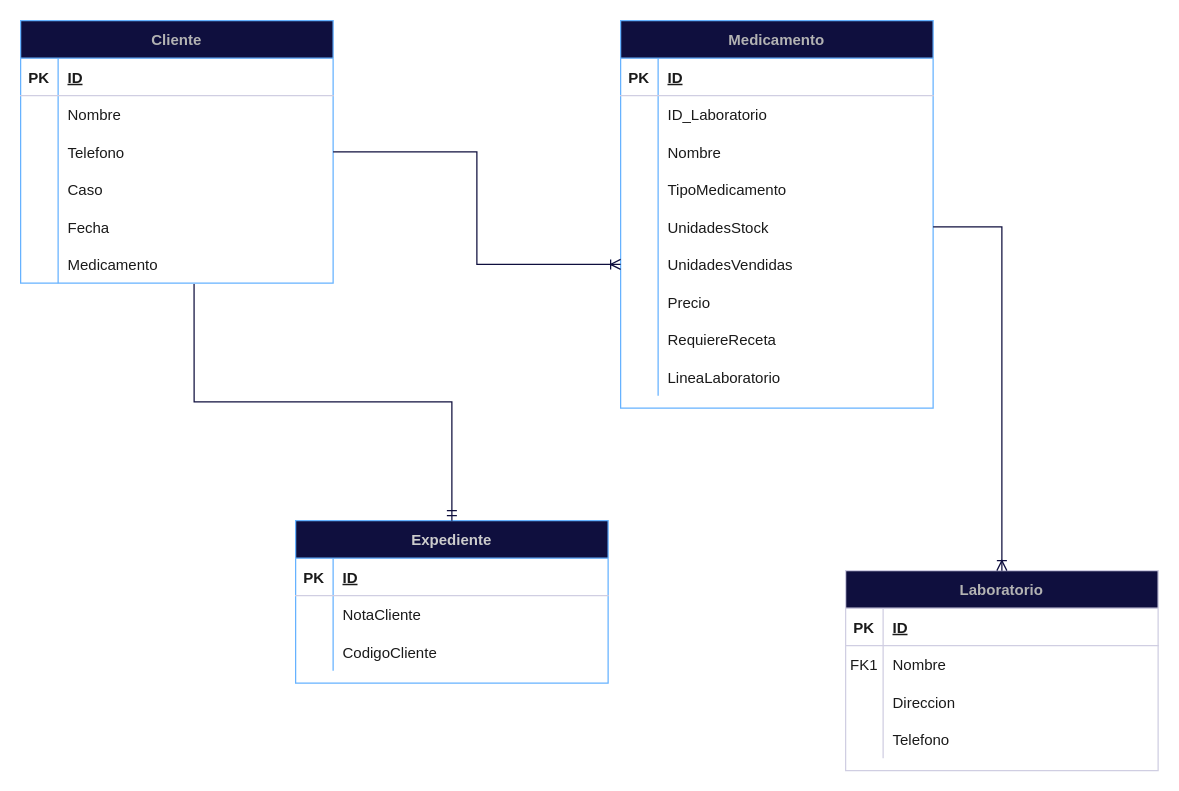
Ash-code12/Diagramas keeps this draw.io diagram as modelo r5.drawio. Above is the earlier version. Source tidied: cells renumbered, new cells numbered last; positions are measured from the earlier drawing's top-left corner, leaving out a move shared by most shapes. Both pictures are drawn from the tidied source at 125%, with x=0, y=0 at pixel (20, 20).
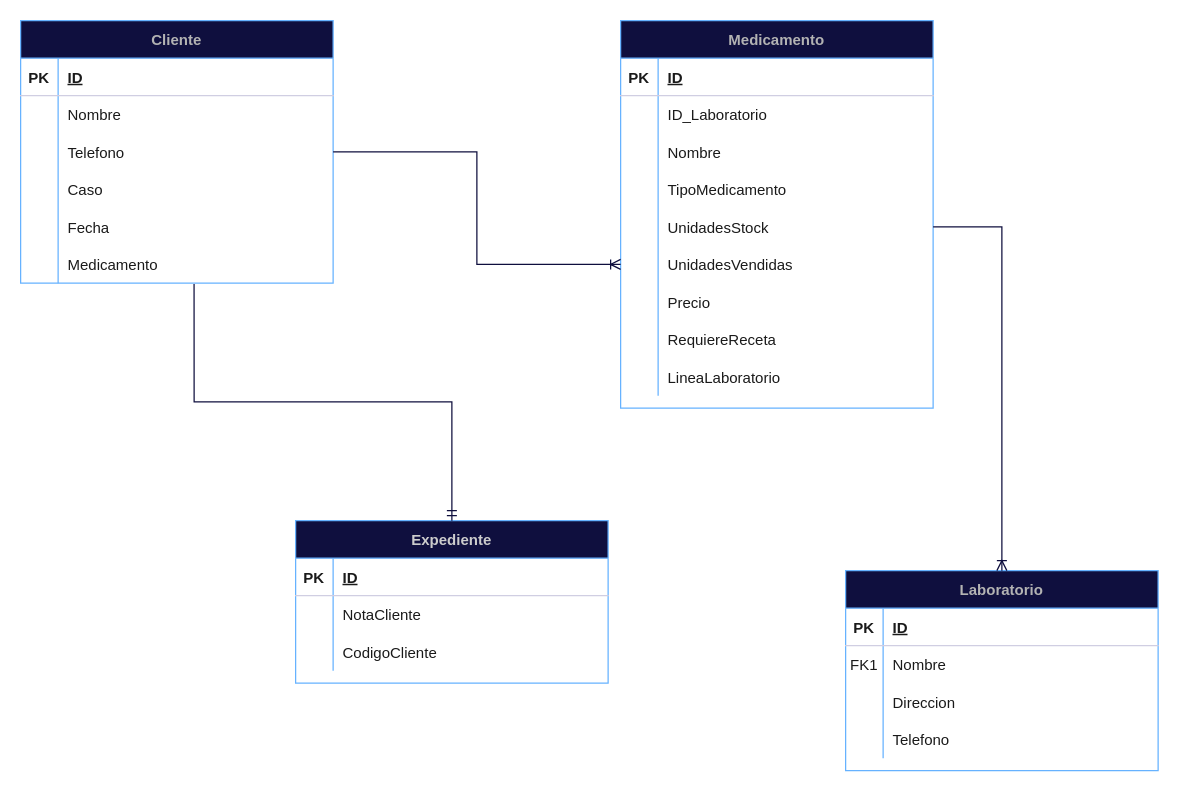
After the change.

The edit, as a diff of the source:
```diff
@@
-    <mxCell id="2" value="Laboratorio" style="shape=table;startSize=30;childLayout=tableLayout;rowLines=0;fontStyle=1;align=center;labelBackgroundColor=none;fillColor=#0F0F3E;strokeColor=#D0CEE2;fontColor=#B3B3B3;" parent="1" vertex="1">
+    <mxCell id="2" value="Laboratorio" style="shape=table;startSize=30;childLayout=tableLayout;rowLines=0;fontStyle=1;align=center;labelBackgroundColor=none;fillColor=#0F0F3E;strokeColor=#66B2FF;fontColor=#B3B3B3;" parent="1" vertex="1">
       <mxGeometry x="660" y="440" width="250" height="160" as="geometry" />
     </mxCell>
```
